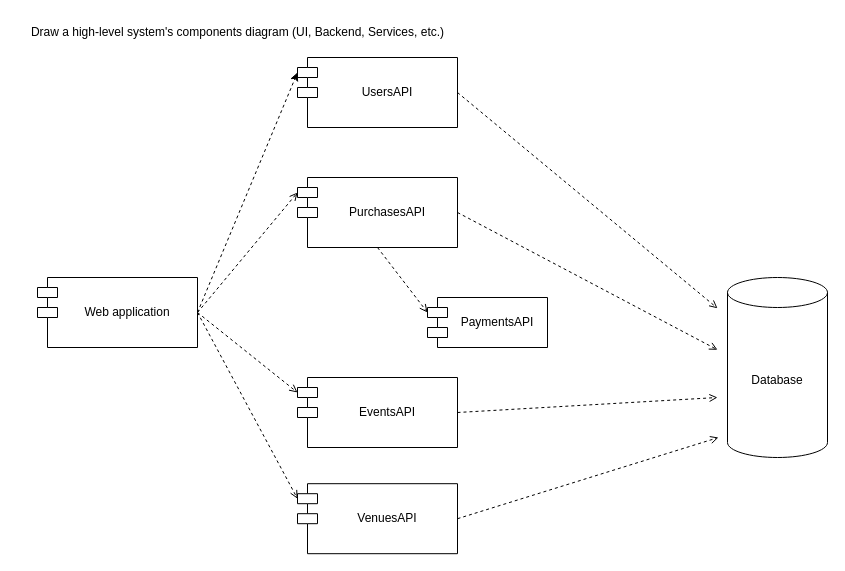
The draw.io diagram page "Components" (1 of 4) of docs/Diagrams.drawio in leg0ushque/ticket-management, before the edit. Source tidied: cells renumbered, new cells numbered last; positions are measured from the earlier drawing's top-left corner, leaving out a move shared by most shapes. Both pictures are drawn from the tidied source at 100%, with x=0, y=0 at pixel (17, 17).
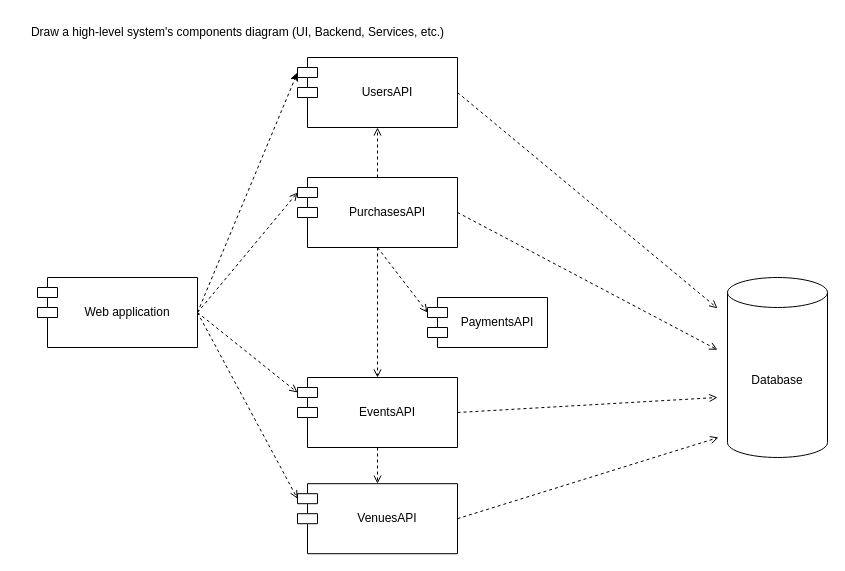
The same page after the edit.

Unchanged cells that the change refers to:
```xml
<mxCell id="9" value="UsersAPI" style="shape=module;align=left;spacingLeft=20;align=center;verticalAlign=middle;whiteSpace=wrap;html=1;" parent="1" vertex="1">
  <mxGeometry x="280" y="40" width="160" height="70" as="geometry" />
</mxCell>
<mxCell id="10" value="PurchasesAPI" style="shape=module;align=left;spacingLeft=20;align=center;verticalAlign=middle;whiteSpace=wrap;html=1;" parent="1" vertex="1">
  <mxGeometry x="280" y="160" width="160" height="70" as="geometry" />
</mxCell>
<mxCell id="11" value="EventsAPI" style="shape=module;align=left;spacingLeft=20;align=center;verticalAlign=middle;whiteSpace=wrap;html=1;" parent="1" vertex="1">
  <mxGeometry x="280" y="360" width="160" height="70" as="geometry" />
</mxCell>
<mxCell id="12" value="VenuesAPI" style="shape=module;align=left;spacingLeft=20;align=center;verticalAlign=middle;whiteSpace=wrap;html=1;" parent="1" vertex="1">
  <mxGeometry x="280" y="466.2" width="160" height="70" as="geometry" />
</mxCell>
```

The edit, as a diff of the source:
```diff
@@
+    <mxCell id="19" style="edgeStyle=orthogonalEdgeStyle;rounded=0;jettySize=auto;html=1;exitX=0.5;exitY=0;exitDx=0;exitDy=0;entryX=0.5;entryY=1;entryDx=0;entryDy=0;dashed=1;endArrow=open;endFill=0;" parent="1" edge="1" source="10" target="9">
+      <mxGeometry relative="1" as="geometry" />
+    </mxCell>
@@
+    <mxCell id="20" style="edgeStyle=orthogonalEdgeStyle;rounded=0;jettySize=auto;html=1;exitX=0.5;exitY=1;exitDx=0;exitDy=0;entryX=0.5;entryY=0;entryDx=0;entryDy=0;dashed=1;endArrow=open;endFill=0;" parent="1" edge="1" source="11" target="12">
+      <mxGeometry relative="1" as="geometry" />
+    </mxCell>
@@
+    <mxCell id="21" style="rounded=0;jettySize=auto;html=1;exitX=0.5;exitY=1;exitDx=0;exitDy=0;entryX=0.5;entryY=0;entryDx=0;entryDy=0;dashed=1;endArrow=open;endFill=0;" parent="1" edge="1" source="10" target="11">
+      <mxGeometry relative="1" as="geometry" />
+    </mxCell>
```
